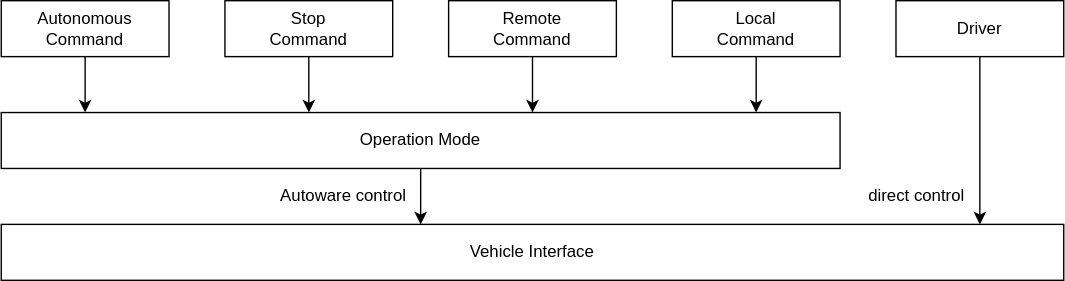
Before: docs/design/autoware-interfaces/ad-api/list/api/operation/mode/architecture.drawio.svg, a diagram exported from draw.io (autowarefoundation/autoware-documentation). Source tidied: cells renumbered, new cells last; positions are measured from the earlier drawing's top-left corner, leaving out a move shared by most shapes.
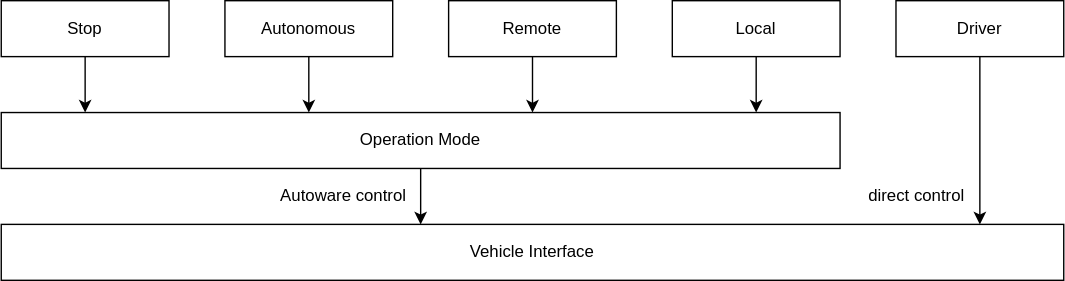
The same diagram one commit later.

Change to the diagram source:
```diff
@@ -10,8 +10,8 @@
         </Array>
       </mxGeometry>
     </mxCell>
-    <mxCell id="3" value="Autonomous&lt;br&gt;Command" style="rounded=0;whiteSpace=wrap;html=1;" parent="1" vertex="1">
-      <mxGeometry width="120" height="40" as="geometry" />
+    <mxCell id="3" value="Autonomous" style="rounded=0;whiteSpace=wrap;html=1;" parent="1" vertex="1">
+      <mxGeometry x="160" width="120" height="40" as="geometry" />
     </mxCell>
     <mxCell id="4" style="edgeStyle=orthogonalEdgeStyle;rounded=0;html=1;" parent="1" edge="1" source="5" target="11">
       <mxGeometry relative="1" as="geometry">
@@ -21,7 +21,7 @@
         </Array>
       </mxGeometry>
     </mxCell>
-    <mxCell id="5" value="Remote&lt;br&gt;Command" style="rounded=0;whiteSpace=wrap;html=1;" parent="1" vertex="1">
+    <mxCell id="5" value="Remote" style="rounded=0;whiteSpace=wrap;html=1;" parent="1" vertex="1">
       <mxGeometry x="320" width="120" height="40" as="geometry" />
     </mxCell>
     <mxCell id="6" style="edgeStyle=orthogonalEdgeStyle;rounded=0;html=1;" parent="1" edge="1" source="7" target="11">
@@ -32,7 +32,7 @@
         </Array>
       </mxGeometry>
     </mxCell>
-    <mxCell id="7" value="Local&lt;br&gt;Command" style="rounded=0;whiteSpace=wrap;html=1;" parent="1" vertex="1">
+    <mxCell id="7" value="Local" style="rounded=0;whiteSpace=wrap;html=1;" parent="1" vertex="1">
       <mxGeometry x="480" width="120" height="40" as="geometry" />
     </mxCell>
     <mxCell id="8" style="edgeStyle=orthogonalEdgeStyle;rounded=0;html=1;" parent="1" edge="1" source="9" target="11">
@@ -43,8 +43,8 @@
         </Array>
       </mxGeometry>
     </mxCell>
-    <mxCell id="9" value="Stop&lt;br&gt;Command" style="rounded=0;whiteSpace=wrap;html=1;" parent="1" vertex="1">
-      <mxGeometry x="160" width="120" height="40" as="geometry" />
+    <mxCell id="9" value="Stop" style="rounded=0;whiteSpace=wrap;html=1;" parent="1" vertex="1">
+      <mxGeometry width="120" height="40" as="geometry" />
     </mxCell>
     <mxCell id="10" style="edgeStyle=orthogonalEdgeStyle;rounded=0;html=1;" parent="1" edge="1" source="11" target="14">
       <mxGeometry relative="1" as="geometry">
```
